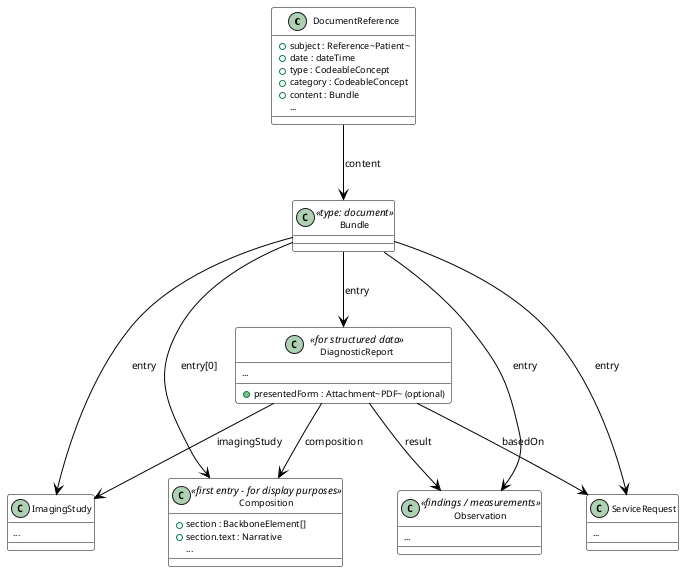
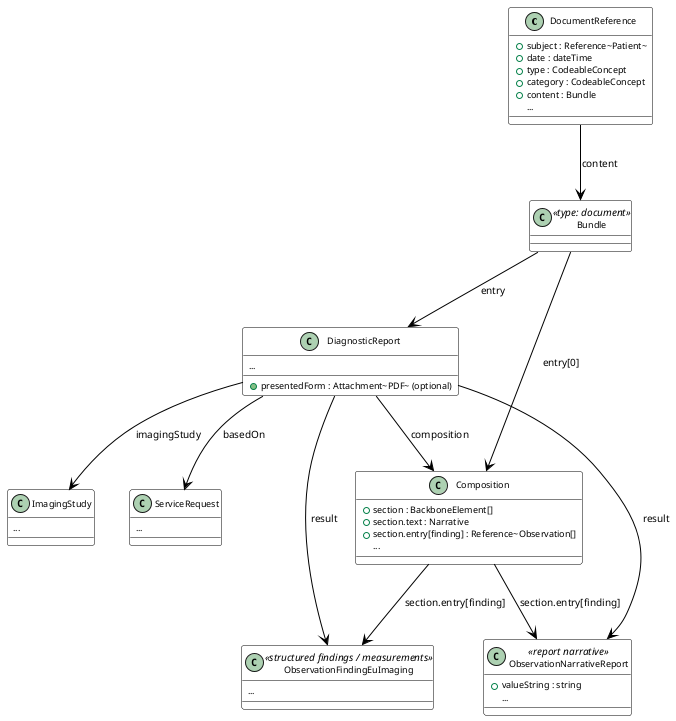
@startuml data-format-section-structured

skinparam backgroundColor white
skinparam handwritten false
skinparam defaultFontSize 10
skinparam classAttributeFontSize 9

skinparam class {
  BackgroundColor White
  BorderColor Black
  ArrowColor Black
}

class DocumentReference {
  +subject : Reference~Patient~
  +date : dateTime
  +type : CodeableConcept
  +category : CodeableConcept
  +content : Bundle
  ...
}

class Bundle <<type: document>> {
}

- class Composition <<first entry - for display purposes>> {
+ class Composition {
  +section : BackboneElement[]
  +section.text : Narrative
+   +section.entry[finding] : Reference~Observation~[]
  ...
}

- class DiagnosticReport <<for structured data>> {
+ class DiagnosticReport  {
  +presentedForm : Attachment~PDF~ (optional)
  ...
}

class ImagingStudy {
  ...
}

class ServiceRequest {
  ...
}

- class Observation <<findings / measurements>> {
+ class ObservationFindingEuImaging <<structured findings / measurements>> {
+   ...
+ }
+ 
+ class ObservationNarrativeReport <<report narrative>> {
+   +valueString : string
  ...
}


DocumentReference --> Bundle : content
Bundle --> Composition : entry[0]
Bundle --> DiagnosticReport : entry
- Bundle --> ImagingStudy : entry
- Bundle --> ServiceRequest : entry
- Bundle --> Observation : entry
+ ' Bundle --> ImagingStudy : entry
+ ' Bundle --> ServiceRequest : entry
+ ' Bundle --> ObservationFindingEuImaging : entry
+ ' Bundle --> ObservationNarrativeReport : entry
DiagnosticReport --> ImagingStudy : imagingStudy
DiagnosticReport --> ServiceRequest : basedOn
- DiagnosticReport --> Observation : result
+ DiagnosticReport --> ObservationFindingEuImaging : result
+ DiagnosticReport --> ObservationNarrativeReport : result
+ Composition --> ObservationNarrativeReport : section.entry[finding]
+ Composition --> ObservationFindingEuImaging : section.entry[finding]

DiagnosticReport --> Composition : composition

@enduml